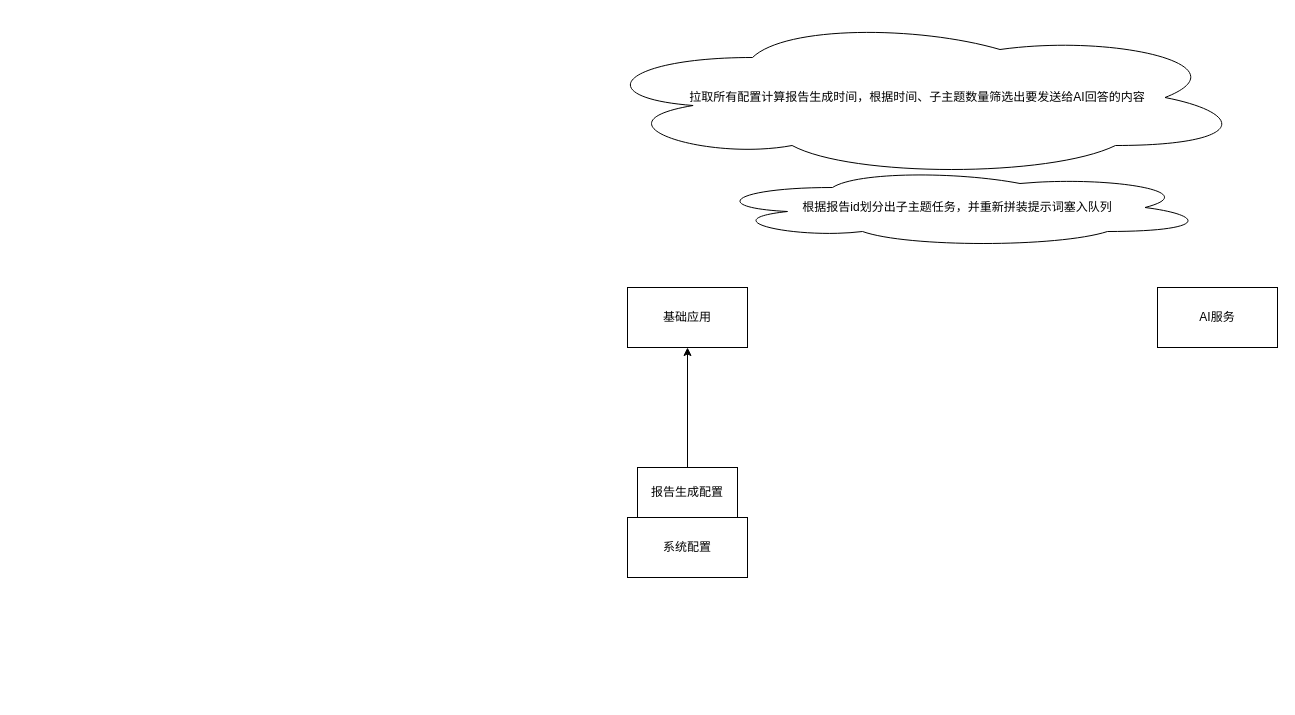
The draw.io diagram AI配置（生成报告）.drawio in 876192453/draw, before the edit. Source tidied: cells renumbered, new cells numbered last; positions are measured from the earlier drawing's top-left corner, leaving out a move shared by most shapes. Both pictures are drawn from the tidied source at 100%, with x=0, y=0 at pixel (587, 17).
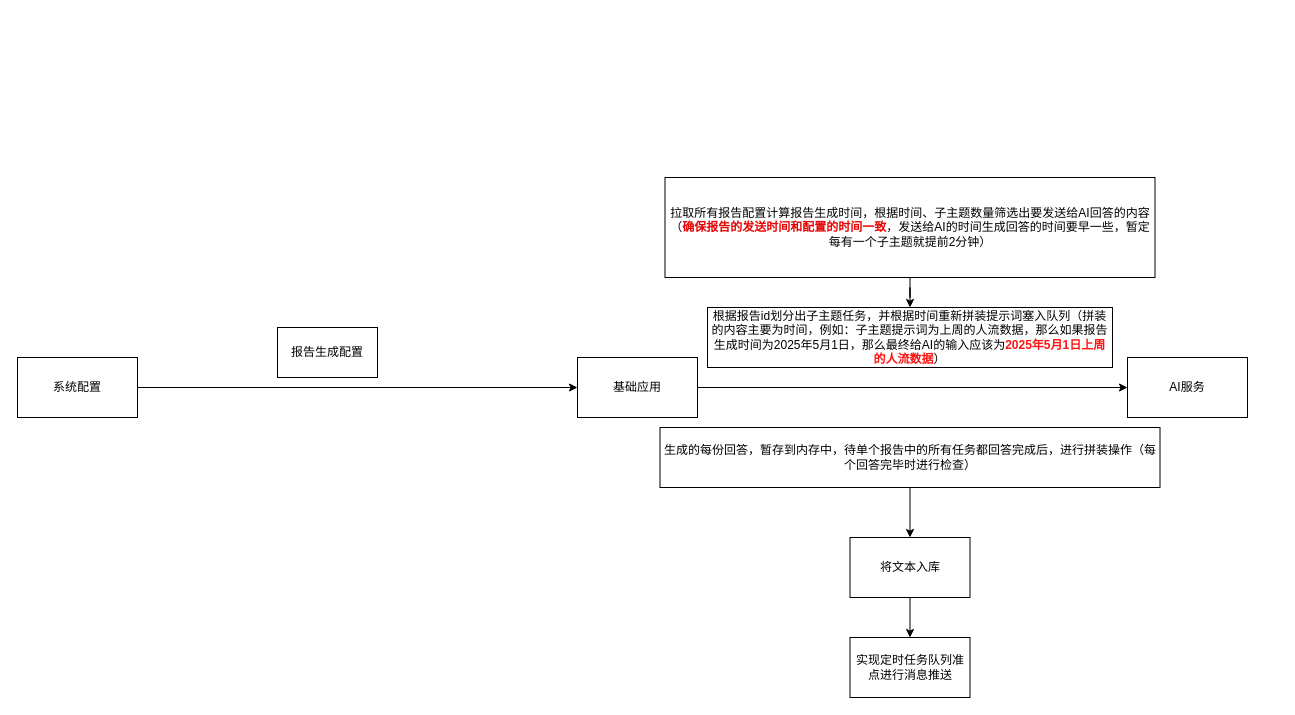
Above is the later version.

Commit message (it also covers changes not shown here):
更新AI配置（生成报告）.drawio

Change to the diagram source:
```diff
@@
 <mxGraphModel>
   <root>
     <mxCell id="0" />
     <mxCell id="1" parent="0" />
     <mxCell id="2" value="基础应用" style="rounded=0;whiteSpace=wrap;html=1;" parent="1" vertex="1">
-      <mxGeometry x="40" y="270" width="120" height="60" as="geometry" />
+      <mxGeometry x="-10" y="340" width="120" height="60" as="geometry" />
     </mxCell>
     <mxCell id="3" value="系统配置" style="rounded=0;whiteSpace=wrap;html=1;" parent="1" vertex="1">
-      <mxGeometry x="40" y="500" width="120" height="60" as="geometry" />
+      <mxGeometry x="-570" y="340" width="120" height="60" as="geometry" />
     </mxCell>
     <mxCell id="4" value="AI服务" style="rounded=0;whiteSpace=wrap;html=1;" parent="1" vertex="1">
-      <mxGeometry x="570" y="270" width="120" height="60" as="geometry" />
+      <mxGeometry x="540" y="340" width="120" height="60" as="geometry" />
     </mxCell>
     <mxCell id="5" value="报告生成配置" style="rounded=0;whiteSpace=wrap;html=1;" parent="1" vertex="1">
-      <mxGeometry x="50" y="450" width="100" height="50" as="geometry" />
+      <mxGeometry x="-310" y="310" width="100" height="50" as="geometry" />
     </mxCell>
-    <mxCell id="6" style="endArrow=classic;html=1;rounded=0;entryX=0.5;entryY=1;entryDx=0;entryDy=0;" parent="1" edge="1" target="2">
-      <mxGeometry relative="1" as="geometry">
-        <mxPoint x="100" y="450" as="sourcePoint" />
-      </mxGeometry>
-    </mxCell>
-    <mxCell id="7" value="拉取所有配置计算报告生成时间，根据时间、子主题数量筛选出要发送给AI回答的内容" style="ellipse;shape=cloud;whiteSpace=wrap;html=1;" parent="1" vertex="1">
-      <mxGeometry width="660" height="160" as="geometry" />
-    </mxCell>
-    <mxCell id="8" value="根据报告id划分出子主题任务，并重新拼装提示词塞入队列" style="ellipse;shape=cloud;whiteSpace=wrap;html=1;" parent="1" vertex="1">
-      <mxGeometry x="120" y="150" width="500" height="80" as="geometry" />
-    </mxCell>
+    <mxCell id="9" style="endArrow=classic;html=1;rounded=0;entryX=0;entryY=0.5;entryDx=0;entryDy=0;exitX=1;exitY=0.5;exitDx=0;exitDy=0;" parent="1" edge="1" source="2">
+      <mxGeometry relative="1" as="geometry">
+        <mxPoint x="540" y="370" as="targetPoint" />
+      </mxGeometry>
+    </mxCell>
+    <mxCell id="10" value="将文本入库" style="rounded=0;whiteSpace=wrap;html=1;" parent="1" vertex="1">
+      <mxGeometry x="262.5" y="520" width="120" height="60" as="geometry" />
+    </mxCell>
+    <mxCell id="11" value="实现定时任务队列准点进行消息推送" style="rounded=0;whiteSpace=wrap;html=1;" parent="1" vertex="1">
+      <mxGeometry x="262.5" y="620" width="120" height="60" as="geometry" />
+    </mxCell>
+    <mxCell id="12" value="生成的每份回答，暂存到内存中，待单个报告中的所有任务都回答完成后，进行拼装操作（每个回答完毕时进行检查）" style="rounded=0;whiteSpace=wrap;html=1;" parent="1" vertex="1">
+      <mxGeometry x="72.5" y="410" width="500" height="60" as="geometry" />
+    </mxCell>
+    <mxCell id="13" style="edgeStyle=orthogonalEdgeStyle;rounded=0;jettySize=auto;html=1;" parent="1" edge="1" source="14" target="15">
+      <mxGeometry relative="1" as="geometry" />
+    </mxCell>
+    <mxCell id="14" value="拉取所有报告配置计算报告生成时间，根据时间、子主题数量筛选出要发送给AI回答的内容（&lt;b&gt;&lt;font style=&quot;color: light-dark(rgb(231, 4, 4), rgb(237, 237, 237));&quot;&gt;确保报告的发送时间和配置的时间一致&lt;/font&gt;&lt;/b&gt;，发送给AI的时间生成回答的时间要早一些，暂定每有一个子主题就提前2分钟）" style="rounded=0;whiteSpace=wrap;html=1;" parent="1" vertex="1">
+      <mxGeometry x="77.5" y="160" width="490" height="100" as="geometry" />
+    </mxCell>
+    <mxCell id="15" value="根据报告id划分出子主题任务，并根据时间重新拼装提示词塞入队列（拼装的内容主要为时间，例如：子主题提示词为上周的人流数据，那么如果报告生成时间为2025年5月1日，那么最终给AI的输入应该为&lt;b&gt;&lt;font style=&quot;color: rgb(255, 20, 20);&quot;&gt;2025年5月1日上周的人流数据&lt;/font&gt;&lt;/b&gt;）" style="rounded=0;whiteSpace=wrap;html=1;" parent="1" vertex="1">
+      <mxGeometry x="120" y="290" width="405" height="60" as="geometry" />
+    </mxCell>
+    <mxCell id="16" style="endArrow=classic;html=1;rounded=0;entryX=0.5;entryY=0;entryDx=0;entryDy=0;exitX=0.5;exitY=1;exitDx=0;exitDy=0;" parent="1" edge="1" source="12" target="10">
+      <mxGeometry relative="1" as="geometry" />
+    </mxCell>
+    <mxCell id="17" style="endArrow=classic;html=1;rounded=0;entryX=0.5;entryY=0;entryDx=0;entryDy=0;exitX=0.5;exitY=1;exitDx=0;exitDy=0;" parent="1" edge="1" source="10" target="11">
+      <mxGeometry relative="1" as="geometry" />
+    </mxCell>
+    <mxCell id="18" style="endArrow=classic;html=1;rounded=0;entryX=0;entryY=0.5;entryDx=0;entryDy=0;exitX=1;exitY=0.5;exitDx=0;exitDy=0;" parent="1" edge="1" source="3" target="2">
+      <mxGeometry relative="1" as="geometry" />
+    </mxCell>
   </root>
 </mxGraphModel>
```
